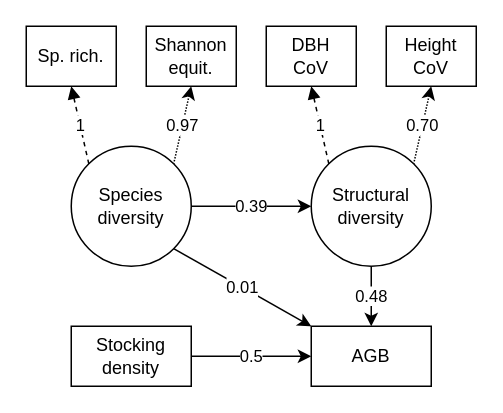
The draw.io diagram sem_path_diag/struc.drawio in johngodlee/southern_african_befr, before the edit. Source tidied: cells renumbered, new cells numbered last; positions are measured from the earlier drawing's top-left corner, leaving out a move shared by most shapes. Both pictures are drawn from the tidied source at 150%, with x=0, y=0 at pixel (26, 26).
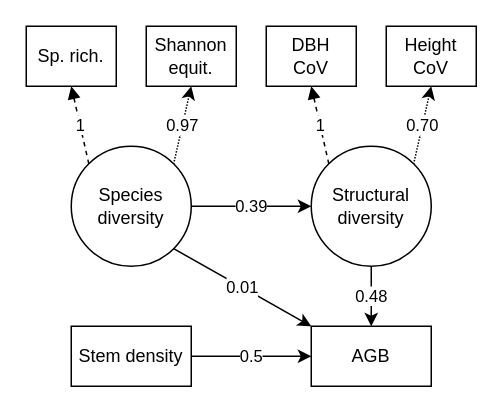
Above is the later version.

Change to the diagram source:
```diff
@@
 <mxGraphModel>
   <root>
     <mxCell id="0" />
     <mxCell id="1" parent="0" />
     <mxCell id="2" value="AGB" style="rounded=1;whiteSpace=wrap;html=1;fontSize=12;glass=0;strokeWidth=1;shadow=0;arcSize=0;align=center;fontStyle=0;" parent="1" vertex="1">
       <mxGeometry x="190" y="200" width="80" height="40" as="geometry" />
     </mxCell>
     <mxCell id="3" value="0.5" style="edgeStyle=orthogonalEdgeStyle;rounded=0;jettySize=auto;html=1;" parent="1" edge="1" source="4" target="2">
       <mxGeometry relative="1" as="geometry" />
     </mxCell>
-    <mxCell id="4" value="Stocking density" style="rounded=1;whiteSpace=wrap;html=1;fontSize=12;glass=0;strokeWidth=1;shadow=0;arcSize=0;align=center;fontStyle=0;" parent="1" vertex="1">
+    <mxCell id="4" value="Stem density" style="rounded=1;whiteSpace=wrap;html=1;fontSize=12;glass=0;strokeWidth=1;shadow=0;arcSize=0;align=center;fontStyle=0;" parent="1" vertex="1">
       <mxGeometry x="30" y="200" width="80" height="40" as="geometry" />
     </mxCell>
     <mxCell id="5" value="0.01" style="rounded=0;jettySize=auto;html=1;exitX=1;exitY=1;exitDx=0;exitDy=0;entryX=0;entryY=0;entryDx=0;entryDy=0;" parent="1" edge="1" source="7" target="2">
       <mxGeometry relative="1" as="geometry" />
     </mxCell>
     <mxCell id="6" value="0.39" style="edgeStyle=none;rounded=0;jettySize=auto;html=1;exitX=1;exitY=0.5;exitDx=0;exitDy=0;entryX=0;entryY=0.5;entryDx=0;entryDy=0;" parent="1" edge="1" source="7" target="9">
       <mxGeometry relative="1" as="geometry" />
     </mxCell>
     <mxCell id="7" value="Species&lt;br&gt;diversity" style="ellipse;whiteSpace=wrap;html=1;" parent="1" vertex="1">
       <mxGeometry x="30" y="80" width="80" height="80" as="geometry" />
     </mxCell>
     <mxCell id="8" value="0.48" style="edgeStyle=orthogonalEdgeStyle;rounded=0;jettySize=auto;html=1;" parent="1" edge="1" source="9" target="2">
       <mxGeometry relative="1" as="geometry" />
     </mxCell>
     <mxCell id="9" value="Structural&lt;br&gt;diversity" style="ellipse;whiteSpace=wrap;html=1;" parent="1" vertex="1">
       <mxGeometry x="190" y="80" width="80" height="80" as="geometry" />
     </mxCell>
     <mxCell id="10" value="1" style="rounded=0;jettySize=auto;html=1;exitX=0.5;exitY=1;exitDx=0;exitDy=0;entryX=0;entryY=0;entryDx=0;entryDy=0;startArrow=block;startFill=1;endArrow=none;endFill=0;dashed=1;strokeWidth=1;" parent="1" edge="1" source="11" target="7">
       <mxGeometry relative="1" as="geometry" />
     </mxCell>
     <mxCell id="11" value="Sp. rich." style="rounded=1;whiteSpace=wrap;html=1;fontSize=12;glass=0;strokeWidth=1;shadow=0;arcSize=0;align=center;fontStyle=0;" parent="1" vertex="1">
       <mxGeometry width="60" height="40" as="geometry" />
     </mxCell>
     <mxCell id="12" value="0.97" style="rounded=0;jettySize=auto;html=1;exitX=0.5;exitY=1;exitDx=0;exitDy=0;entryX=1;entryY=0;entryDx=0;entryDy=0;startArrow=classic;startFill=1;endArrow=none;endFill=0;dashed=1;dashPattern=1 1;" parent="1" edge="1" source="13" target="7">
       <mxGeometry relative="1" as="geometry" />
     </mxCell>
     <mxCell id="13" value="Shannon equit." style="rounded=1;whiteSpace=wrap;html=1;fontSize=12;glass=0;strokeWidth=1;shadow=0;arcSize=0;align=center;fontStyle=0;" parent="1" vertex="1">
       <mxGeometry x="80" width="60" height="40" as="geometry" />
     </mxCell>
     <mxCell id="14" value="1" style="rounded=0;jettySize=auto;html=1;exitX=0.5;exitY=1;exitDx=0;exitDy=0;entryX=0;entryY=0;entryDx=0;entryDy=0;startArrow=block;startFill=1;endArrow=none;endFill=0;dashed=1;strokeWidth=1;" parent="1" edge="1" source="15" target="9">
       <mxGeometry relative="1" as="geometry" />
     </mxCell>
     <mxCell id="15" value="DBH&lt;br&gt;CoV" style="rounded=1;whiteSpace=wrap;html=1;fontSize=12;glass=0;strokeWidth=1;shadow=0;arcSize=0;align=center;fontStyle=0;" parent="1" vertex="1">
       <mxGeometry x="160" width="60" height="40" as="geometry" />
     </mxCell>
     <mxCell id="16" value="0.70" style="rounded=0;jettySize=auto;html=1;exitX=0.5;exitY=1;exitDx=0;exitDy=0;entryX=1;entryY=0;entryDx=0;entryDy=0;startArrow=classic;startFill=1;endArrow=none;endFill=0;dashed=1;dashPattern=1 1;" parent="1" edge="1" source="17" target="9">
       <mxGeometry relative="1" as="geometry" />
     </mxCell>
     <mxCell id="17" value="Height&lt;br&gt;CoV" style="rounded=1;whiteSpace=wrap;html=1;fontSize=12;glass=0;strokeWidth=1;shadow=0;arcSize=0;align=center;fontStyle=0;" parent="1" vertex="1">
       <mxGeometry x="240" width="60" height="40" as="geometry" />
     </mxCell>
   </root>
 </mxGraphModel>
```
